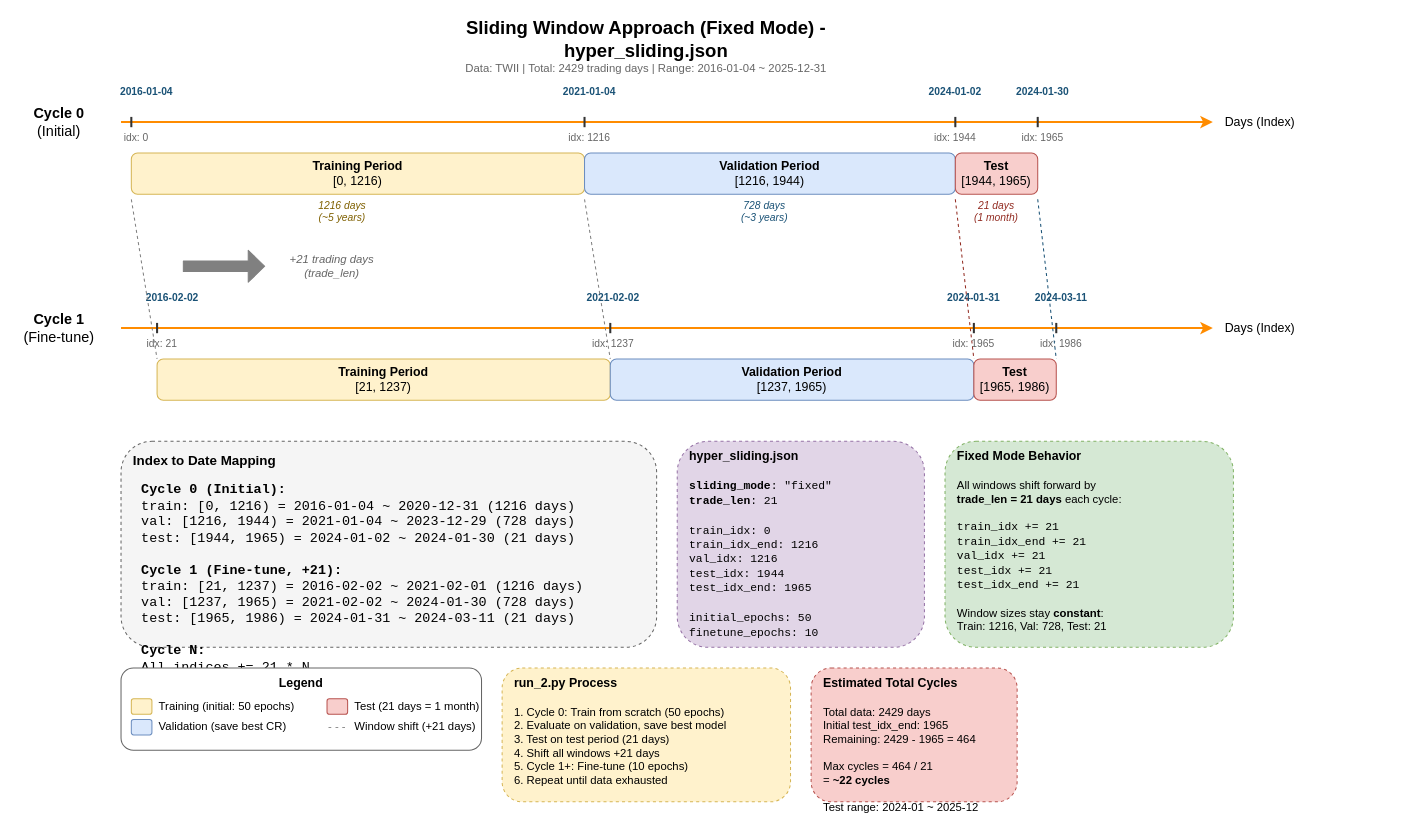
Before: page "1. Fixed Mode (hyper_sliding.json)" (1 of 3) of docs/sliding_window_modes.drawio in JunTingLin/DeepTrader, a draw.io diagram. Source tidied: cells renumbered, new cells numbered last; positions are measured from the earlier drawing's top-left corner, leaving out a move shared by most shapes. Both pictures are drawn from the tidied source at 103%, with x=0, y=0 at pixel (18, 19).
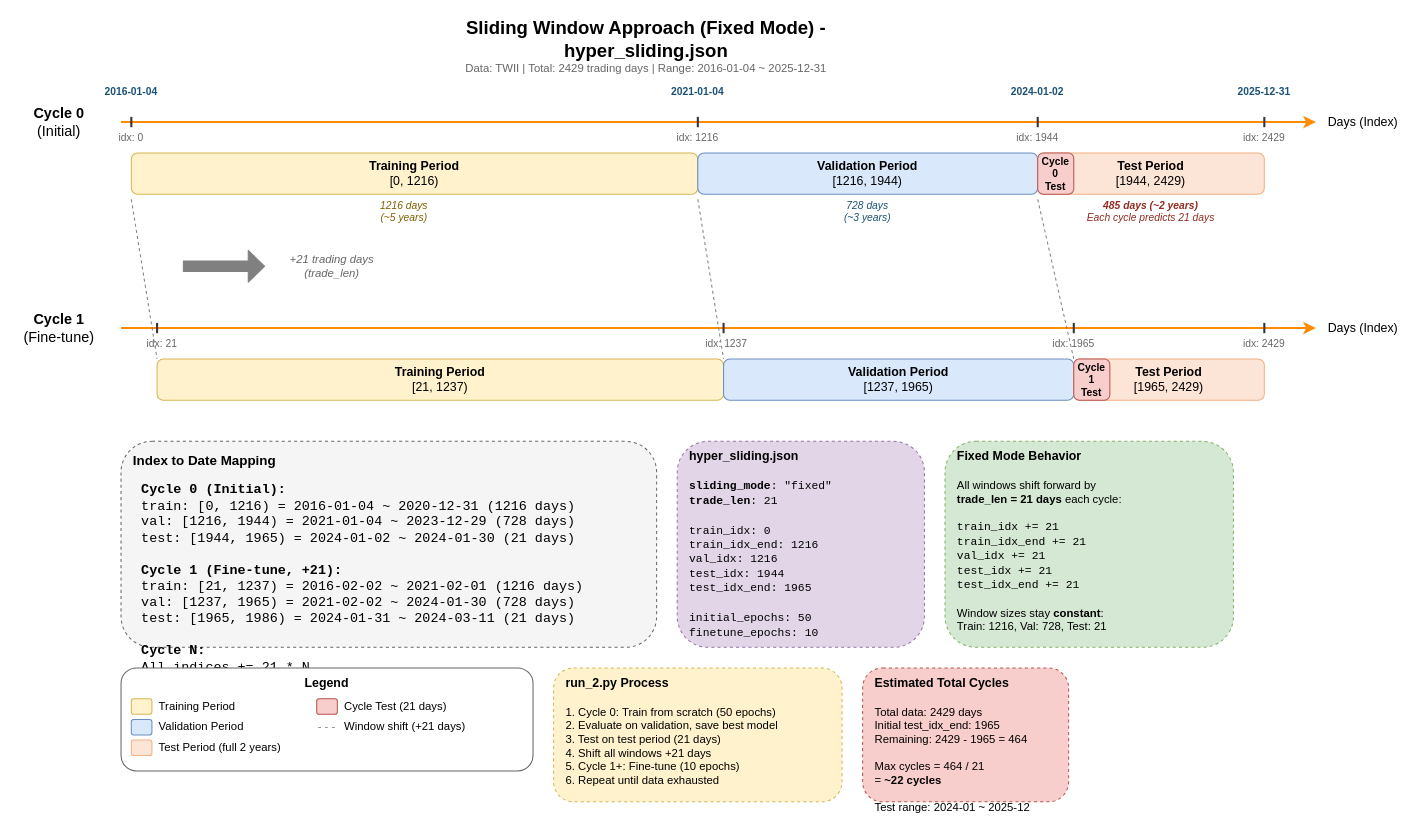
After the change.

What changed in the source:
```diff
@@
     <mxCell id="5" style="endArrow=classic;html=1;strokeWidth=2;strokeColor=#FF8C00;" parent="1" edge="1">
       <mxGeometry relative="1" as="geometry">
         <mxPoint x="100" y="100" as="sourcePoint" />
-        <mxPoint x="1160" y="100" as="targetPoint" />
+        <mxPoint x="1260" y="100" as="targetPoint" />
       </mxGeometry>
     </mxCell>
     <mxCell id="6" value="Days (Index)" style="text;html=1;strokeColor=none;fillColor=none;align=left;verticalAlign=middle;whiteSpace=wrap;rounded=0;fontSize=12;" parent="1" vertex="1">
-      <mxGeometry x="1170" y="90" width="80" height="20" as="geometry" />
+      <mxGeometry x="1270" y="90" width="80" height="20" as="geometry" />
     </mxCell>
     <mxCell id="7" value="&lt;b&gt;2016-01-04&lt;/b&gt;" style="text;html=1;strokeColor=none;fillColor=none;align=center;verticalAlign=middle;whiteSpace=wrap;rounded=0;fontSize=10;fontColor=#1a5276;" parent="1" vertex="1">
-      <mxGeometry x="85" y="60" width="80" height="20" as="geometry" />
+      <mxGeometry x="70" y="60" width="80" height="20" as="geometry" />
     </mxCell>
     <mxCell id="8" value="&lt;b&gt;2021-01-04&lt;/b&gt;" style="text;html=1;strokeColor=none;fillColor=none;align=center;verticalAlign=middle;whiteSpace=wrap;rounded=0;fontSize=10;fontColor=#1a5276;" parent="1" vertex="1">
-      <mxGeometry x="515" y="60" width="80" height="20" as="geometry" />
+      <mxGeometry x="620" y="60" width="80" height="20" as="geometry" />
     </mxCell>
     <mxCell id="9" value="&lt;b&gt;2024-01-02&lt;/b&gt;" style="text;html=1;strokeColor=none;fillColor=none;align=center;verticalAlign=middle;whiteSpace=wrap;rounded=0;fontSize=10;fontColor=#1a5276;" parent="1" vertex="1">
-      <mxGeometry x="870" y="60" width="80" height="20" as="geometry" />
+      <mxGeometry x="950" y="60" width="80" height="20" as="geometry" />
     </mxCell>
-    <mxCell id="10" value="&lt;b&gt;2024-01-30&lt;/b&gt;" style="text;html=1;strokeColor=none;fillColor=none;align=center;verticalAlign=middle;whiteSpace=wrap;rounded=0;fontSize=10;fontColor=#1a5276;" parent="1" vertex="1">
-      <mxGeometry x="955" y="60" width="80" height="20" as="geometry" />
+    <mxCell id="10" value="&lt;b&gt;2025-12-31&lt;/b&gt;" style="text;html=1;strokeColor=none;fillColor=none;align=center;verticalAlign=middle;whiteSpace=wrap;rounded=0;fontSize=10;fontColor=#1a5276;" parent="1" vertex="1">
+      <mxGeometry x="1170" y="60" width="80" height="20" as="geometry" />
     </mxCell>
     <mxCell id="11" value="idx: 0" style="text;html=1;strokeColor=none;fillColor=none;align=center;verticalAlign=middle;whiteSpace=wrap;rounded=0;fontSize=10;fontColor=#666666;" parent="1" vertex="1">
-      <mxGeometry x="90" y="105" width="50" height="20" as="geometry" />
+      <mxGeometry x="85" y="105" width="50" height="20" as="geometry" />
     </mxCell>
     <mxCell id="12" value="idx: 1216" style="text;html=1;strokeColor=none;fillColor=none;align=center;verticalAlign=middle;whiteSpace=wrap;rounded=0;fontSize=10;fontColor=#666666;" parent="1" vertex="1">
-      <mxGeometry x="525" y="105" width="60" height="20" as="geometry" />
+      <mxGeometry x="630" y="105" width="60" height="20" as="geometry" />
     </mxCell>
     <mxCell id="13" value="idx: 1944" style="text;html=1;strokeColor=none;fillColor=none;align=center;verticalAlign=middle;whiteSpace=wrap;rounded=0;fontSize=10;fontColor=#666666;" parent="1" vertex="1">
-      <mxGeometry x="880" y="105" width="60" height="20" as="geometry" />
+      <mxGeometry x="960" y="105" width="60" height="20" as="geometry" />
     </mxCell>
-    <mxCell id="14" value="idx: 1965" style="text;html=1;strokeColor=none;fillColor=none;align=center;verticalAlign=middle;whiteSpace=wrap;rounded=0;fontSize=10;fontColor=#666666;" parent="1" vertex="1">
-      <mxGeometry x="965" y="105" width="60" height="20" as="geometry" />
-    </mxCell>
+    <mxCell id="74" value="idx: 2429" style="text;html=1;strokeColor=none;fillColor=none;align=center;verticalAlign=middle;whiteSpace=wrap;rounded=0;fontSize=10;fontColor=#666666;" parent="1" vertex="1">
+      <mxGeometry x="1180" y="105" width="60" height="20" as="geometry" />
+    </mxCell>
@@
     <mxCell id="16" style="endArrow=none;html=1;strokeWidth=2;strokeColor=#333333;" parent="1" edge="1">
       <mxGeometry relative="1" as="geometry">
-        <mxPoint x="550" y="95" as="sourcePoint" />
-        <mxPoint x="550" y="105" as="targetPoint" />
+        <mxPoint x="660" y="95" as="sourcePoint" />
+        <mxPoint x="660" y="105" as="targetPoint" />
       </mxGeometry>
     </mxCell>
     <mxCell id="17" style="endArrow=none;html=1;strokeWidth=2;strokeColor=#333333;" parent="1" edge="1">
       <mxGeometry relative="1" as="geometry">
-        <mxPoint x="910" y="95" as="sourcePoint" />
-        <mxPoint x="910" y="105" as="targetPoint" />
+        <mxPoint x="990" y="95" as="sourcePoint" />
+        <mxPoint x="990" y="105" as="targetPoint" />
       </mxGeometry>
     </mxCell>
-    <mxCell id="18" style="endArrow=none;html=1;strokeWidth=2;strokeColor=#333333;" parent="1" edge="1">
-      <mxGeometry relative="1" as="geometry">
-        <mxPoint x="990" y="95" as="sourcePoint" />
-        <mxPoint x="990" y="105" as="targetPoint" />
-      </mxGeometry>
-    </mxCell>
+    <mxCell id="75" style="endArrow=none;html=1;strokeWidth=2;strokeColor=#333333;" parent="1" edge="1">
+      <mxGeometry relative="1" as="geometry">
+        <mxPoint x="1210" y="95" as="sourcePoint" />
+        <mxPoint x="1210" y="105" as="targetPoint" />
+      </mxGeometry>
+    </mxCell>
     <mxCell id="19" value="&lt;b&gt;Training Period&lt;/b&gt;&lt;br&gt;[0, 1216)" style="rounded=1;whiteSpace=wrap;html=1;fillColor=#fff2cc;strokeColor=#d6b656;fontSize=12;" parent="1" vertex="1">
-      <mxGeometry x="110" y="130" width="440" height="40" as="geometry" />
+      <mxGeometry x="110" y="130" width="550" height="40" as="geometry" />
     </mxCell>
     <mxCell id="20" value="&lt;b&gt;Validation Period&lt;/b&gt;&lt;br&gt;[1216, 1944)" style="rounded=1;whiteSpace=wrap;html=1;fillColor=#dae8fc;strokeColor=#6c8ebf;fontSize=12;" parent="1" vertex="1">
-      <mxGeometry x="550" y="130" width="360" height="40" as="geometry" />
+      <mxGeometry x="660" y="130" width="330" height="40" as="geometry" />
     </mxCell>
-    <mxCell id="21" value="&lt;b&gt;Test&lt;/b&gt;&lt;br&gt;[1944, 1965)" style="rounded=1;whiteSpace=wrap;html=1;fillColor=#f8cecc;strokeColor=#b85450;fontSize=12;" parent="1" vertex="1">
-      <mxGeometry x="910" y="130" width="80" height="40" as="geometry" />
-    </mxCell>
+    <mxCell id="76" value="&lt;b&gt;Test Period&lt;/b&gt;&lt;br&gt;[1944, 2429)" style="rounded=1;whiteSpace=wrap;html=1;fillColor=#fce4d6;strokeColor=#f4b183;fontSize=12;" parent="1" vertex="1">
+      <mxGeometry x="990" y="130" width="220" height="40" as="geometry" />
+    </mxCell>
+    <mxCell id="77" value="&lt;b&gt;Cycle 0&lt;br&gt;Test&lt;/b&gt;" style="rounded=1;whiteSpace=wrap;html=1;fillColor=#f8cecc;strokeColor=#b85450;fontSize=10;" parent="1" vertex="1">
+      <mxGeometry x="990" y="130" width="35" height="40" as="geometry" />
+    </mxCell>
     <mxCell id="22" value="&lt;i&gt;1216 days&lt;br&gt;(~5 years)&lt;/i&gt;" style="text;html=1;strokeColor=none;fillColor=none;align=center;verticalAlign=middle;whiteSpace=wrap;rounded=0;fontSize=10;fontColor=#7F6000;" parent="1" vertex="1">
-      <mxGeometry x="280" y="172" width="70" height="30" as="geometry" />
+      <mxGeometry x="340" y="172" width="70" height="30" as="geometry" />
     </mxCell>
     <mxCell id="23" value="&lt;i&gt;728 days&lt;br&gt;(~3 years)&lt;/i&gt;" style="text;html=1;strokeColor=none;fillColor=none;align=center;verticalAlign=middle;whiteSpace=wrap;rounded=0;fontSize=10;fontColor=#1A5276;" parent="1" vertex="1">
-      <mxGeometry x="690" y="172" width="70" height="30" as="geometry" />
+      <mxGeometry x="790" y="172" width="70" height="30" as="geometry" />
     </mxCell>
-    <mxCell id="24" value="&lt;i&gt;21 days&lt;br&gt;(1 month)&lt;/i&gt;" style="text;html=1;strokeColor=none;fillColor=none;align=center;verticalAlign=middle;whiteSpace=wrap;rounded=0;fontSize=10;fontColor=#922B21;" parent="1" vertex="1">
-      <mxGeometry x="915" y="172" width="70" height="30" as="geometry" />
+    <mxCell id="24" value="&lt;i&gt;&lt;b&gt;485 days (~2 years)&lt;/b&gt;&lt;br&gt;Each cycle predicts 21 days&lt;/i&gt;" style="text;html=1;strokeColor=none;fillColor=none;align=center;verticalAlign=middle;whiteSpace=wrap;rounded=0;fontSize=10;fontColor=#922B21;" parent="1" vertex="1">
+      <mxGeometry x="1030" y="172" width="140" height="30" as="geometry" />
     </mxCell>
@@
     <mxCell id="28" style="endArrow=classic;html=1;strokeWidth=2;strokeColor=#FF8C00;" parent="1" edge="1">
       <mxGeometry relative="1" as="geometry">
         <mxPoint x="100" y="300" as="sourcePoint" />
-        <mxPoint x="1160" y="300" as="targetPoint" />
+        <mxPoint x="1260" y="300" as="targetPoint" />
       </mxGeometry>
     </mxCell>
     <mxCell id="29" value="Days (Index)" style="text;html=1;strokeColor=none;fillColor=none;align=left;verticalAlign=middle;whiteSpace=wrap;rounded=0;fontSize=12;" parent="1" vertex="1">
-      <mxGeometry x="1170" y="290" width="80" height="20" as="geometry" />
+      <mxGeometry x="1270" y="290" width="80" height="20" as="geometry" />
     </mxCell>
-    <mxCell id="30" value="&lt;b&gt;2016-02-02&lt;/b&gt;" style="text;html=1;strokeColor=none;fillColor=none;align=center;verticalAlign=middle;whiteSpace=wrap;rounded=0;fontSize=10;fontColor=#1a5276;" parent="1" vertex="1">
-      <mxGeometry x="110" y="260" width="80" height="20" as="geometry" />
-    </mxCell>
-    <mxCell id="31" value="&lt;b&gt;2021-02-02&lt;/b&gt;" style="text;html=1;strokeColor=none;fillColor=none;align=center;verticalAlign=middle;whiteSpace=wrap;rounded=0;fontSize=10;fontColor=#1a5276;" parent="1" vertex="1">
-      <mxGeometry x="538" y="260" width="80" height="20" as="geometry" />
-    </mxCell>
-    <mxCell id="32" value="&lt;b&gt;2024-01-31&lt;/b&gt;" style="text;html=1;strokeColor=none;fillColor=none;align=center;verticalAlign=middle;whiteSpace=wrap;rounded=0;fontSize=10;fontColor=#1a5276;" parent="1" vertex="1">
-      <mxGeometry x="888" y="260" width="80" height="20" as="geometry" />
-    </mxCell>
-    <mxCell id="33" value="&lt;b&gt;2024-03-11&lt;/b&gt;" style="text;html=1;strokeColor=none;fillColor=none;align=center;verticalAlign=middle;whiteSpace=wrap;rounded=0;fontSize=10;fontColor=#1a5276;" parent="1" vertex="1">
-      <mxGeometry x="973" y="260" width="80" height="20" as="geometry" />
-    </mxCell>
@@
     <mxCell id="35" value="idx: 1237" style="text;html=1;strokeColor=none;fillColor=none;align=center;verticalAlign=middle;whiteSpace=wrap;rounded=0;fontSize=10;fontColor=#666666;" parent="1" vertex="1">
-      <mxGeometry x="548" y="305" width="60" height="20" as="geometry" />
+      <mxGeometry x="658" y="305" width="60" height="20" as="geometry" />
     </mxCell>
     <mxCell id="36" value="idx: 1965" style="text;html=1;strokeColor=none;fillColor=none;align=center;verticalAlign=middle;whiteSpace=wrap;rounded=0;fontSize=10;fontColor=#666666;" parent="1" vertex="1">
-      <mxGeometry x="898" y="305" width="60" height="20" as="geometry" />
+      <mxGeometry x="995" y="305" width="60" height="20" as="geometry" />
     </mxCell>
-    <mxCell id="37" value="idx: 1986" style="text;html=1;strokeColor=none;fillColor=none;align=center;verticalAlign=middle;whiteSpace=wrap;rounded=0;fontSize=10;fontColor=#666666;" parent="1" vertex="1">
-      <mxGeometry x="983" y="305" width="60" height="20" as="geometry" />
-    </mxCell>
+    <mxCell id="78" value="idx: 2429" style="text;html=1;strokeColor=none;fillColor=none;align=center;verticalAlign=middle;whiteSpace=wrap;rounded=0;fontSize=10;fontColor=#666666;" parent="1" vertex="1">
+      <mxGeometry x="1180" y="305" width="60" height="20" as="geometry" />
+    </mxCell>
@@
     <mxCell id="39" style="endArrow=none;html=1;strokeWidth=2;strokeColor=#333333;" parent="1" edge="1">
       <mxGeometry relative="1" as="geometry">
-        <mxPoint x="575" y="295" as="sourcePoint" />
-        <mxPoint x="575" y="305" as="targetPoint" />
+        <mxPoint x="685" y="295" as="sourcePoint" />
+        <mxPoint x="685" y="305" as="targetPoint" />
       </mxGeometry>
     </mxCell>
     <mxCell id="40" style="endArrow=none;html=1;strokeWidth=2;strokeColor=#333333;" parent="1" edge="1">
       <mxGeometry relative="1" as="geometry">
-        <mxPoint x="928" y="295" as="sourcePoint" />
-        <mxPoint x="928" y="305" as="targetPoint" />
+        <mxPoint x="1025" y="295" as="sourcePoint" />
+        <mxPoint x="1025" y="305" as="targetPoint" />
       </mxGeometry>
     </mxCell>
-    <mxCell id="41" style="endArrow=none;html=1;strokeWidth=2;strokeColor=#333333;" parent="1" edge="1">
-      <mxGeometry relative="1" as="geometry">
-        <mxPoint x="1008" y="295" as="sourcePoint" />
-        <mxPoint x="1008" y="305" as="targetPoint" />
-      </mxGeometry>
-    </mxCell>
+    <mxCell id="79" style="endArrow=none;html=1;strokeWidth=2;strokeColor=#333333;" parent="1" edge="1">
+      <mxGeometry relative="1" as="geometry">
+        <mxPoint x="1210" y="295" as="sourcePoint" />
+        <mxPoint x="1210" y="305" as="targetPoint" />
+      </mxGeometry>
+    </mxCell>
@@
     <mxCell id="43" style="endArrow=none;dashed=1;html=1;strokeWidth=1;strokeColor=#808080;" parent="1" edge="1">
       <mxGeometry relative="1" as="geometry">
-        <mxPoint x="550" y="175" as="sourcePoint" />
-        <mxPoint x="575" y="330" as="targetPoint" />
+        <mxPoint x="660" y="175" as="sourcePoint" />
+        <mxPoint x="685" y="330" as="targetPoint" />
       </mxGeometry>
     </mxCell>
-    <mxCell id="44" style="endArrow=none;dashed=1;html=1;strokeWidth=1;strokeColor=#922B21;dashPattern=3 3;" parent="1" edge="1">
+    <mxCell id="44" style="endArrow=none;dashed=1;html=1;strokeWidth=1;strokeColor=#808080;" parent="1" edge="1">
       <mxGeometry relative="1" as="geometry">
-        <mxPoint x="910" y="175" as="sourcePoint" />
-        <mxPoint x="928" y="330" as="targetPoint" />
+        <mxPoint x="990" y="175" as="sourcePoint" />
+        <mxPoint x="1025" y="330" as="targetPoint" />
       </mxGeometry>
     </mxCell>
-    <mxCell id="45" style="endArrow=none;dashed=1;html=1;strokeWidth=1;strokeColor=#1A5276;dashPattern=3 3;" parent="1" edge="1">
-      <mxGeometry relative="1" as="geometry">
-        <mxPoint x="990" y="175" as="sourcePoint" />
-        <mxPoint x="1008" y="330" as="targetPoint" />
-      </mxGeometry>
-    </mxCell>
     <mxCell id="46" value="&lt;b&gt;Training Period&lt;/b&gt;&lt;br&gt;[21, 1237)" style="rounded=1;whiteSpace=wrap;html=1;fillColor=#fff2cc;strokeColor=#d6b656;fontSize=12;" parent="1" vertex="1">
-      <mxGeometry x="135" y="330" width="440" height="40" as="geometry" />
+      <mxGeometry x="135" y="330" width="550" height="40" as="geometry" />
     </mxCell>
     <mxCell id="47" value="&lt;b&gt;Validation Period&lt;/b&gt;&lt;br&gt;[1237, 1965)" style="rounded=1;whiteSpace=wrap;html=1;fillColor=#dae8fc;strokeColor=#6c8ebf;fontSize=12;" parent="1" vertex="1">
-      <mxGeometry x="575" y="330" width="353" height="40" as="geometry" />
+      <mxGeometry x="685" y="330" width="340" height="40" as="geometry" />
     </mxCell>
-    <mxCell id="48" value="&lt;b&gt;Test&lt;/b&gt;&lt;br&gt;[1965, 1986)" style="rounded=1;whiteSpace=wrap;html=1;fillColor=#f8cecc;strokeColor=#b85450;fontSize=12;" parent="1" vertex="1">
-      <mxGeometry x="928" y="330" width="80" height="40" as="geometry" />
-    </mxCell>
+    <mxCell id="80" value="&lt;b&gt;Test Period&lt;/b&gt;&lt;br&gt;[1965, 2429)" style="rounded=1;whiteSpace=wrap;html=1;fillColor=#fce4d6;strokeColor=#f4b183;fontSize=12;" parent="1" vertex="1">
+      <mxGeometry x="1025" y="330" width="185" height="40" as="geometry" />
+    </mxCell>
+    <mxCell id="81" value="&lt;b&gt;Cycle 1&lt;br&gt;Test&lt;/b&gt;" style="rounded=1;whiteSpace=wrap;html=1;fillColor=#f8cecc;strokeColor=#b85450;fontSize=10;" parent="1" vertex="1">
+      <mxGeometry x="1025" y="330" width="35" height="40" as="geometry" />
+    </mxCell>
@@
     <mxCell id="58" style="rounded=1;whiteSpace=wrap;html=1;fillColor=#ffffff;strokeColor=#666666;" parent="1" vertex="1">
-      <mxGeometry x="100" y="630" width="350" height="80" as="geometry" />
+      <mxGeometry x="100" y="630" width="400" height="100" as="geometry" />
     </mxCell>
     <mxCell id="59" value="&lt;b&gt;Legend&lt;/b&gt;" style="text;html=1;strokeColor=none;fillColor=none;align=center;verticalAlign=middle;whiteSpace=wrap;rounded=0;fontSize=12;" parent="1" vertex="1">
-      <mxGeometry x="100" y="635" width="350" height="20" as="geometry" />
+      <mxGeometry x="100" y="635" width="400" height="20" as="geometry" />
     </mxCell>
@@
-    <mxCell id="61" value="Training (initial: 50 epochs)" style="text;html=1;strokeColor=none;fillColor=none;align=left;verticalAlign=middle;whiteSpace=wrap;rounded=0;fontSize=11;" parent="1" vertex="1">
-      <mxGeometry x="135" y="657" width="160" height="20" as="geometry" />
+    <mxCell id="61" value="Training Period" style="text;html=1;strokeColor=none;fillColor=none;align=left;verticalAlign=middle;whiteSpace=wrap;rounded=0;fontSize=11;" parent="1" vertex="1">
+      <mxGeometry x="135" y="657" width="100" height="20" as="geometry" />
     </mxCell>
@@
-    <mxCell id="63" value="Validation (save best CR)" style="text;html=1;strokeColor=none;fillColor=none;align=left;verticalAlign=middle;whiteSpace=wrap;rounded=0;fontSize=11;" parent="1" vertex="1">
-      <mxGeometry x="135" y="677" width="160" height="20" as="geometry" />
+    <mxCell id="63" value="Validation Period" style="text;html=1;strokeColor=none;fillColor=none;align=left;verticalAlign=middle;whiteSpace=wrap;rounded=0;fontSize=11;" parent="1" vertex="1">
+      <mxGeometry x="135" y="677" width="100" height="20" as="geometry" />
     </mxCell>
-    <mxCell id="64" style="rounded=1;whiteSpace=wrap;html=1;fillColor=#f8cecc;strokeColor=#b85450;" parent="1" vertex="1">
-      <mxGeometry x="300" y="660" width="20" height="15" as="geometry" />
+    <mxCell id="64" style="rounded=1;whiteSpace=wrap;html=1;fillColor=#fce4d6;strokeColor=#f4b183;" parent="1" vertex="1">
+      <mxGeometry x="110" y="700" width="20" height="15" as="geometry" />
     </mxCell>
-    <mxCell id="65" value="Test (21 days = 1 month)" style="text;html=1;strokeColor=none;fillColor=none;align=left;verticalAlign=middle;whiteSpace=wrap;rounded=0;fontSize=11;" parent="1" vertex="1">
-      <mxGeometry x="325" y="657" width="160" height="20" as="geometry" />
+    <mxCell id="65" value="Test Period (full 2 years)" style="text;html=1;strokeColor=none;fillColor=none;align=left;verticalAlign=middle;whiteSpace=wrap;rounded=0;fontSize=11;" parent="1" vertex="1">
+      <mxGeometry x="135" y="697" width="140" height="20" as="geometry" />
     </mxCell>
+    <mxCell id="82" style="rounded=1;whiteSpace=wrap;html=1;fillColor=#f8cecc;strokeColor=#b85450;" parent="1" vertex="1">
+      <mxGeometry x="290" y="660" width="20" height="15" as="geometry" />
+    </mxCell>
+    <mxCell id="83" value="Cycle Test (21 days)" style="text;html=1;strokeColor=none;fillColor=none;align=left;verticalAlign=middle;whiteSpace=wrap;rounded=0;fontSize=11;" parent="1" vertex="1">
+      <mxGeometry x="315" y="657" width="130" height="20" as="geometry" />
+    </mxCell>
     <mxCell id="66" value="- - -" style="text;html=1;strokeColor=none;fillColor=none;align=center;verticalAlign=middle;whiteSpace=wrap;rounded=0;fontSize=11;fontColor=#808080;" parent="1" vertex="1">
-      <mxGeometry x="300" y="677" width="20" height="20" as="geometry" />
+      <mxGeometry x="290" y="677" width="20" height="20" as="geometry" />
     </mxCell>
     <mxCell id="67" value="Window shift (+21 days)" style="text;html=1;strokeColor=none;fillColor=none;align=left;verticalAlign=middle;whiteSpace=wrap;rounded=0;fontSize=11;" parent="1" vertex="1">
-      <mxGeometry x="325" y="677" width="160" height="20" as="geometry" />
+      <mxGeometry x="315" y="677" width="160" height="20" as="geometry" />
     </mxCell>
     <mxCell id="68" style="rounded=1;whiteSpace=wrap;html=1;fillColor=#fff2cc;strokeColor=#d6b656;dashed=1;" parent="1" vertex="1">
-      <mxGeometry x="470" y="630" width="280" height="130" as="geometry" />
+      <mxGeometry x="520" y="630" width="280" height="130" as="geometry" />
     </mxCell>
     <mxCell id="69" value="&lt;b&gt;run_2.py Process&lt;/b&gt;" style="text;html=1;strokeColor=none;fillColor=none;align=left;verticalAlign=middle;whiteSpace=wrap;rounded=0;fontSize=12;" parent="1" vertex="1">
-      <mxGeometry x="480" y="635" width="150" height="20" as="geometry" />
+      <mxGeometry x="530" y="635" width="150" height="20" as="geometry" />
     </mxCell>
     <mxCell id="70" value="&lt;div style=&quot;text-align: left;&quot;&gt;1. Cycle 0: Train from scratch (50 epochs)&lt;br&gt;2. Evaluate on validation, save best model&lt;br&gt;3. Test on test period (21 days)&lt;br&gt;4. Shift all windows +21 days&lt;br&gt;5. Cycle 1+: Fine-tune (10 epochs)&lt;br&gt;6. Repeat until data exhausted&lt;/div&gt;" style="text;html=1;strokeColor=none;fillColor=none;align=left;verticalAlign=top;whiteSpace=wrap;rounded=0;fontSize=11;" parent="1" vertex="1">
-      <mxGeometry x="480" y="660" width="260" height="95" as="geometry" />
+      <mxGeometry x="530" y="660" width="260" height="95" as="geometry" />
     </mxCell>
     <mxCell id="71" style="rounded=1;whiteSpace=wrap;html=1;fillColor=#f8cecc;strokeColor=#b85450;dashed=1;" parent="1" vertex="1">
-      <mxGeometry x="770" y="630" width="200" height="130" as="geometry" />
+      <mxGeometry x="820" y="630" width="200" height="130" as="geometry" />
     </mxCell>
     <mxCell id="72" value="&lt;b&gt;Estimated Total Cycles&lt;/b&gt;" style="text;html=1;strokeColor=none;fillColor=none;align=left;verticalAlign=middle;whiteSpace=wrap;rounded=0;fontSize=12;" parent="1" vertex="1">
-      <mxGeometry x="780" y="635" width="180" height="20" as="geometry" />
+      <mxGeometry x="830" y="635" width="180" height="20" as="geometry" />
     </mxCell>
     <mxCell id="73" value="&lt;div style=&quot;text-align: left;&quot;&gt;Total data: 2429 days&lt;br&gt;Initial test_idx_end: 1965&lt;br&gt;Remaining: 2429 - 1965 = 464&lt;br&gt;&lt;br&gt;Max cycles = 464 / 21 &lt;br&gt;           = &lt;b&gt;~22 cycles&lt;/b&gt;&lt;br&gt;&lt;br&gt;Test range: 2024-01 ~ 2025-12&lt;/div&gt;" style="text;html=1;strokeColor=none;fillColor=none;align=left;verticalAlign=top;whiteSpace=wrap;rounded=0;fontSize=11;" parent="1" vertex="1">
-      <mxGeometry x="780" y="660" width="180" height="95" as="geometry" />
+      <mxGeometry x="830" y="660" width="180" height="95" as="geometry" />
     </mxCell>
```
